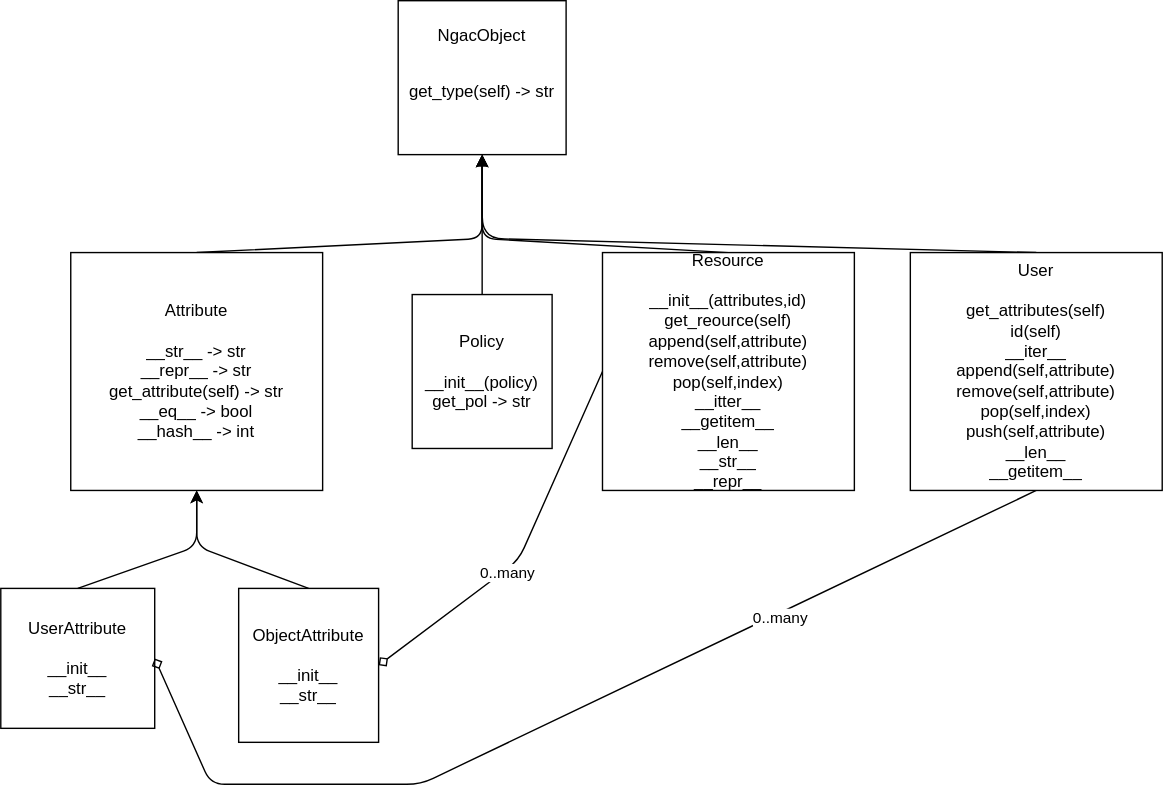
Before: docs/design/NGAC/ngac_types/design.uml.drawio.svg, a diagram exported from draw.io (ivajon/NGAC_ABE). Source tidied: cells renumbered, new cells last; positions are measured from the earlier drawing's top-left corner, leaving out a move shared by most shapes.
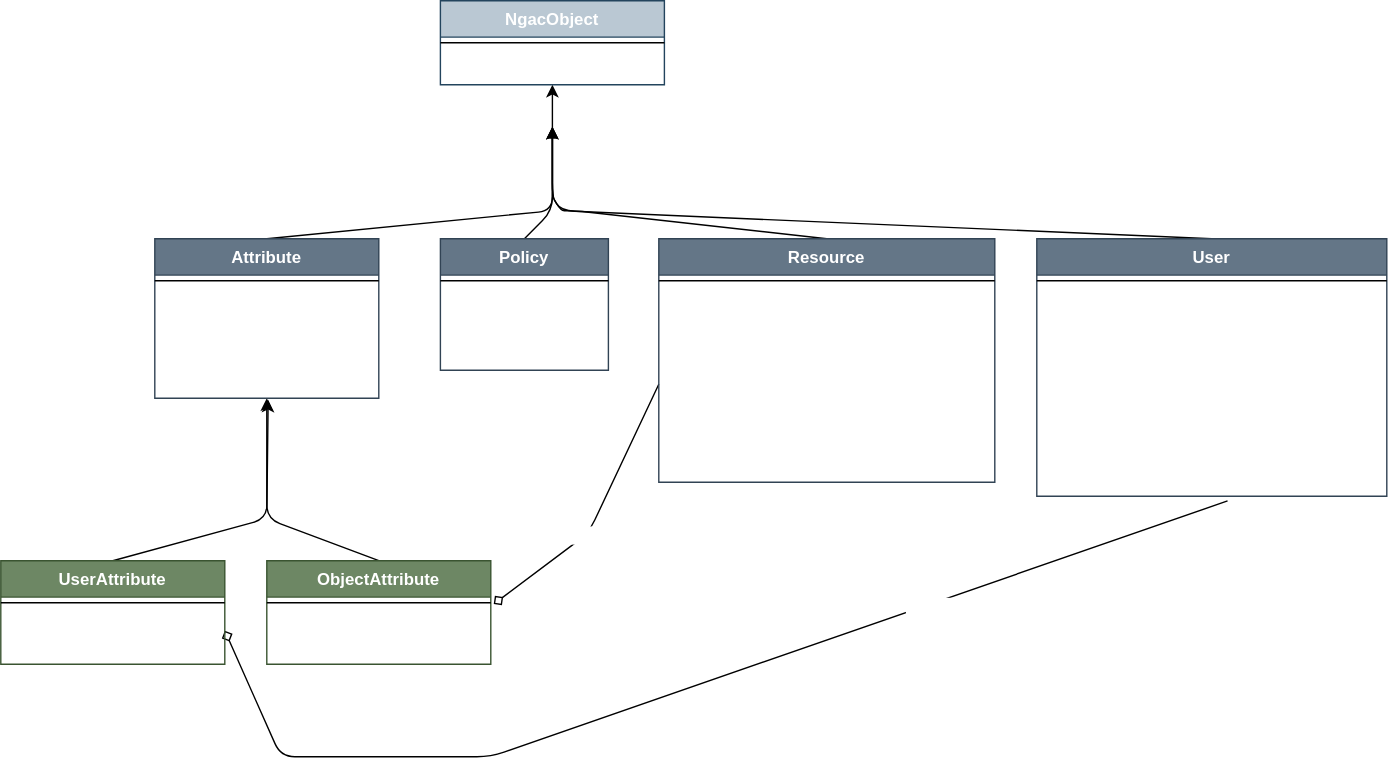
After the commit.

Commit message:
improved uml

What changed in the source:
```diff
@@ -2,96 +2,139 @@
   <root>
     <mxCell id="0" />
     <mxCell id="1" parent="0" />
-    <mxCell id="2" style="edgeStyle=none;html=1;exitX=0.5;exitY=0;exitDx=0;exitDy=0;entryX=0.5;entryY=1;entryDx=0;entryDy=0;endArrow=classic;endFill=1;" parent="1" edge="1" source="3" target="5">
+    <mxCell id="2" style="edgeStyle=none;html=1;exitX=0.5;exitY=0;exitDx=0;exitDy=0;entryX=0.5;entryY=1;entryDx=0;entryDy=0;endArrow=classic;endFill=1;fontColor=#FFFFFF;" parent="1" edge="1" source="24">
       <mxGeometry relative="1" as="geometry">
+        <mxPoint x="344" y="110" as="targetPoint" />
         <Array as="points">
           <mxPoint x="344" y="170" />
         </Array>
       </mxGeometry>
     </mxCell>
-    <mxCell id="3" value="Attribute&lt;br&gt;&lt;br&gt;__str__ -&amp;gt; str&lt;br&gt;__repr__ -&amp;gt; str&lt;br&gt;get_attribute(self) -&amp;gt; str&lt;br&gt;__eq__ -&amp;gt; bool&lt;br&gt;__hash__ -&amp;gt; int" style="rounded=0;whiteSpace=wrap;html=1;" parent="1" vertex="1">
-      <mxGeometry x="50" y="180" width="180" height="170" as="geometry" />
-    </mxCell>
-    <mxCell id="4" style="group;" parent="1" vertex="1">
-      <mxGeometry x="284" width="120" height="110" as="geometry" />
-    </mxCell>
-    <mxCell id="5" style="rounded=0;whiteSpace=wrap;html=1;" parent="4" vertex="1">
-      <mxGeometry width="120" height="110" as="geometry" />
-    </mxCell>
-    <mxCell id="6" value="NgacObject" style="text;html=1;strokeColor=none;fillColor=none;align=center;verticalAlign=middle;whiteSpace=wrap;rounded=0;" parent="4" vertex="1">
-      <mxGeometry x="30" y="10" width="60" height="30" as="geometry" />
-    </mxCell>
-    <mxCell id="7" value="get_type(self) -&amp;gt; str" style="text;html=1;strokeColor=none;fillColor=none;align=center;verticalAlign=middle;whiteSpace=wrap;rounded=0;" parent="4" vertex="1">
-      <mxGeometry x="5" y="50" width="110" height="30" as="geometry" />
-    </mxCell>
-    <mxCell id="8" style="edgeStyle=none;html=1;exitX=0.5;exitY=0;exitDx=0;exitDy=0;entryX=0.5;entryY=1;entryDx=0;entryDy=0;endArrow=classic;endFill=1;" parent="1" edge="1" source="9" target="3">
+    <mxCell id="8" style="edgeStyle=none;html=1;exitX=0.5;exitY=0;exitDx=0;exitDy=0;entryX=0.506;entryY=1.013;entryDx=0;entryDy=0;endArrow=classic;endFill=1;entryPerimeter=0;fontColor=#FFFFFF;" parent="1" edge="1" source="27" target="26">
       <mxGeometry relative="1" as="geometry">
         <Array as="points">
           <mxPoint x="140" y="390" />
         </Array>
       </mxGeometry>
     </mxCell>
-    <mxCell id="9" value="UserAttribute&lt;br&gt;&lt;br&gt;__init__&lt;br&gt;__str__" style="rounded=0;whiteSpace=wrap;html=1;" parent="1" vertex="1">
-      <mxGeometry y="420" width="110" height="100" as="geometry" />
-    </mxCell>
-    <mxCell id="10" style="edgeStyle=none;html=1;exitX=0.5;exitY=0;exitDx=0;exitDy=0;endArrow=classic;endFill=1;" parent="1" edge="1" source="11">
+    <mxCell id="10" style="edgeStyle=none;html=1;exitX=0.5;exitY=0;exitDx=0;exitDy=0;endArrow=classic;endFill=1;entryX=0.5;entryY=1;entryDx=0;entryDy=0;entryPerimeter=0;fontColor=#FFFFFF;" parent="1" edge="1" target="26">
       <mxGeometry relative="1" as="geometry">
-        <mxPoint x="140" y="350" as="targetPoint" />
+        <mxPoint x="220" y="420" as="sourcePoint" />
         <Array as="points">
           <mxPoint x="140" y="390" />
         </Array>
       </mxGeometry>
     </mxCell>
-    <mxCell id="11" value="ObjectAttribute&lt;br&gt;&lt;br&gt;__init__&lt;br&gt;__str__" style="rounded=0;whiteSpace=wrap;html=1;" parent="1" vertex="1">
-      <mxGeometry x="170" y="420" width="100" height="110" as="geometry" />
-    </mxCell>
-    <mxCell id="12" style="edgeStyle=none;html=1;exitX=0.5;exitY=0;exitDx=0;exitDy=0;endArrow=block;endFill=1;entryX=0.5;entryY=1;entryDx=0;entryDy=0;entryPerimeter=0;" parent="1" edge="1" source="13" target="5">
-      <mxGeometry relative="1" as="geometry" />
+    <mxCell id="12" style="edgeStyle=none;html=1;exitX=0.5;exitY=0;exitDx=0;exitDy=0;endArrow=block;endFill=1;entryX=0.5;entryY=1;entryDx=0;entryDy=0;entryPerimeter=0;fontColor=#FFFFFF;" parent="1" edge="1" source="33">
+      <mxGeometry relative="1" as="geometry">
+        <mxPoint x="344" y="110" as="targetPoint" />
+        <Array as="points">
+          <mxPoint x="344" y="170" />
+        </Array>
+      </mxGeometry>
     </mxCell>
-    <mxCell id="13" value="Policy&lt;br&gt;&lt;br&gt;__init__(policy)&lt;br&gt;get_pol -&amp;gt; str" style="rounded=0;whiteSpace=wrap;html=1;" parent="1" vertex="1">
-      <mxGeometry x="294" y="210" width="100" height="110" as="geometry" />
-    </mxCell>
-    <mxCell id="14" style="edgeStyle=none;html=1;exitX=0;exitY=0.5;exitDx=0;exitDy=0;entryX=1;entryY=0.5;entryDx=0;entryDy=0;endArrow=diamond;endFill=0;" parent="1" edge="1" source="17" target="11">
+    <mxCell id="14" style="edgeStyle=none;html=1;exitX=0;exitY=0.5;exitDx=0;exitDy=0;entryX=1.013;entryY=0.625;entryDx=0;entryDy=0;endArrow=diamond;endFill=0;entryPerimeter=0;fontColor=#FFFFFF;" parent="1" edge="1" source="38" target="31">
       <mxGeometry relative="1" as="geometry">
         <Array as="points">
           <mxPoint x="370" y="400" />
         </Array>
       </mxGeometry>
     </mxCell>
-    <mxCell id="15" value="0..many" style="edgeLabel;html=1;align=center;verticalAlign=middle;" parent="14" vertex="1">
+    <mxCell id="15" value="0..many" style="edgeLabel;html=1;align=center;verticalAlign=middle;fontColor=#FFFFFF;" parent="14" vertex="1">
       <mxGeometry x="0.18" y="1" relative="1" as="geometry" />
     </mxCell>
-    <mxCell id="16" style="edgeStyle=none;html=1;exitX=0.5;exitY=0;exitDx=0;exitDy=0;endArrow=classic;endFill=1;entryX=0.5;entryY=1;entryDx=0;entryDy=0;" parent="1" edge="1" source="17" target="5">
+    <mxCell id="16" style="edgeStyle=none;html=1;exitX=0.5;exitY=0;exitDx=0;exitDy=0;endArrow=classic;endFill=1;entryX=0.5;entryY=1;entryDx=0;entryDy=0;fontColor=#FFFFFF;" parent="1" edge="1" source="36" target="6">
       <mxGeometry relative="1" as="geometry">
         <Array as="points">
-          <mxPoint x="344" y="170" />
+          <mxPoint x="360" y="170" />
+          <mxPoint x="350" y="170" />
+          <mxPoint x="344" y="160" />
         </Array>
       </mxGeometry>
     </mxCell>
-    <mxCell id="17" value="Resource&lt;br&gt;&lt;br&gt;__init__(attributes,id)&lt;br&gt;get_reource(self)&lt;br&gt;append(self,attribute)&lt;br&gt;remove(self,attribute)&lt;br&gt;pop(self,index)&lt;br&gt;__itter__&lt;br&gt;__getitem__&lt;br&gt;__len__&lt;br&gt;__str__&lt;br&gt;__repr__" style="rounded=0;whiteSpace=wrap;html=1;" parent="1" vertex="1">
-      <mxGeometry x="430" y="180" width="180" height="170" as="geometry" />
-    </mxCell>
-    <mxCell id="18" style="edgeStyle=none;html=1;exitX=0.5;exitY=0;exitDx=0;exitDy=0;endArrow=classic;endFill=1;entryX=0.5;entryY=1;entryDx=0;entryDy=0;" parent="1" edge="1" source="21" target="5">
+    <mxCell id="18" style="edgeStyle=none;html=1;endArrow=classic;endFill=1;entryX=0.5;entryY=1;entryDx=0;entryDy=0;exitX=0.5;exitY=0;exitDx=0;exitDy=0;fontColor=#FFFFFF;" parent="1" edge="1" source="39">
       <mxGeometry relative="1" as="geometry">
+        <mxPoint x="344" y="110" as="targetPoint" />
         <Array as="points">
           <mxPoint x="350" y="170" />
           <mxPoint x="344" y="160" />
         </Array>
       </mxGeometry>
     </mxCell>
-    <mxCell id="19" style="edgeStyle=none;html=1;exitX=0.5;exitY=1;exitDx=0;exitDy=0;entryX=1;entryY=0.5;entryDx=0;entryDy=0;endArrow=diamond;endFill=0;" parent="1" edge="1" source="21" target="9">
+    <mxCell id="19" style="edgeStyle=none;html=1;entryX=1;entryY=0.5;entryDx=0;entryDy=0;endArrow=diamond;endFill=0;exitX=0.545;exitY=1.022;exitDx=0;exitDy=0;exitPerimeter=0;fontColor=#FFFFFF;" parent="1" edge="1" source="41">
       <mxGeometry relative="1" as="geometry">
+        <mxPoint x="110" y="470" as="targetPoint" />
         <Array as="points">
           <mxPoint x="300" y="560" />
           <mxPoint x="150" y="560" />
         </Array>
       </mxGeometry>
     </mxCell>
-    <mxCell id="20" value="0..many&lt;br&gt;" style="edgeLabel;html=1;align=center;verticalAlign=middle;" parent="19" vertex="1">
+    <mxCell id="20" value="0..many&lt;br&gt;" style="edgeLabel;html=1;align=center;verticalAlign=middle;fontColor=#FFFFFF;" parent="19" vertex="1">
       <mxGeometry x="-0.44" y="2" relative="1" as="geometry" />
     </mxCell>
-    <mxCell id="21" value="User&lt;br&gt;&lt;br&gt;get_attributes(self)&lt;br&gt;id(self)&lt;br&gt;__iter__&lt;br&gt;append(self,attribute)&lt;br&gt;remove(self,attribute)&lt;br&gt;pop(self,index)&lt;br&gt;push(self,attribute)&lt;br&gt;__len__&lt;br&gt;__getitem__" style="rounded=0;whiteSpace=wrap;html=1;" parent="1" vertex="1">
-      <mxGeometry x="650" y="180" width="180" height="170" as="geometry" />
-    </mxCell>
+    <mxCell id="6" value="NgacObject" style="swimlane;fontStyle=1;align=center;verticalAlign=top;horizontal=1;startSize=26;fillColor=#bac8d3;strokeColor=#23445d;fontColor=#FFFFFF;" parent="1" vertex="1">
+      <mxGeometry x="264" y="20" width="160" height="60" as="geometry" />
+    </mxCell>
+    <mxCell id="22" style="line;strokeWidth=1;fillColor=none;align=left;verticalAlign=middle;spacingTop=-1;spacingLeft=3;spacingRight=3;labelPosition=right;fontColor=#FFFFFF;" parent="6" vertex="1">
+      <mxGeometry y="26" width="160" height="8" as="geometry" />
+    </mxCell>
+    <mxCell id="23" value="+ get_type(self) -&gt; str" style="text;strokeColor=none;fillColor=none;align=left;verticalAlign=top;spacingLeft=4;spacingRight=4;overflow=hidden;fontColor=#FFFFFF;" parent="6" vertex="1">
+      <mxGeometry y="34" width="160" height="26" as="geometry" />
+    </mxCell>
+    <mxCell id="24" value="Attribute" style="swimlane;fontStyle=1;align=center;verticalAlign=top;horizontal=1;startSize=26;fillColor=#647687;fontColor=#FFFFFF;strokeColor=#314354;" parent="1" vertex="1">
+      <mxGeometry x="60" y="190" width="160" height="114" as="geometry" />
+    </mxCell>
+    <mxCell id="25" style="line;strokeWidth=1;fillColor=none;align=left;verticalAlign=middle;spacingTop=-1;spacingLeft=3;spacingRight=3;labelPosition=right;fontColor=#FFFFFF;" parent="24" vertex="1">
+      <mxGeometry y="26" width="160" height="8" as="geometry" />
+    </mxCell>
+    <mxCell id="26" value="+ __str__ -&gt; str&#10;+ __repr__ -&gt; str&#10;+ get_attribute(self) -&gt; str&#10;+ __eq__ -&gt; bool&#10;+ __hash__ -&gt; int" style="text;strokeColor=none;fillColor=none;align=left;verticalAlign=top;spacingLeft=4;spacingRight=4;overflow=hidden;points=[[0,0.5],[1,0.5]];portConstraint=eastwest;fontColor=#FFFFFF;" parent="24" vertex="1">
+      <mxGeometry y="34" width="160" height="80" as="geometry" />
+    </mxCell>
+    <mxCell id="27" value="UserAttribute" style="swimlane;fontStyle=1;align=center;verticalAlign=top;horizontal=1;startSize=26;fillColor=#6d8764;fontColor=#FFFFFF;strokeColor=#3A5431;" parent="1" vertex="1">
+      <mxGeometry x="-50" y="420" width="160" height="74" as="geometry" />
+    </mxCell>
+    <mxCell id="28" style="line;strokeWidth=1;fillColor=none;align=left;verticalAlign=middle;spacingTop=-1;spacingLeft=3;spacingRight=3;labelPosition=right;fontColor=#FFFFFF;" parent="27" vertex="1">
+      <mxGeometry y="26" width="160" height="8" as="geometry" />
+    </mxCell>
+    <mxCell id="29" value="+ __init__(self,str) &#10;+ __str__(self) -&gt; str" style="text;strokeColor=none;fillColor=none;align=left;verticalAlign=top;spacingLeft=4;spacingRight=4;overflow=hidden;fontColor=#FFFFFF;" parent="27" vertex="1">
+      <mxGeometry y="34" width="160" height="40" as="geometry" />
+    </mxCell>
+    <mxCell id="30" value="ObjectAttribute" style="swimlane;fontStyle=1;align=center;verticalAlign=top;horizontal=1;startSize=26;fillColor=#6d8764;fontColor=#FFFFFF;strokeColor=#3A5431;" parent="1" vertex="1">
+      <mxGeometry x="140" y="420" width="160" height="74" as="geometry" />
+    </mxCell>
+    <mxCell id="31" style="line;strokeWidth=1;fillColor=none;align=left;verticalAlign=middle;spacingTop=-1;spacingLeft=3;spacingRight=3;labelPosition=right;points=[];portConstraint=eastwest;fontColor=#FFFFFF;" parent="30" vertex="1">
+      <mxGeometry y="26" width="160" height="8" as="geometry" />
+    </mxCell>
+    <mxCell id="32" value="+ __init__(self,str) &#10;+ __str__(self) -&gt; str" style="text;strokeColor=none;fillColor=none;align=left;verticalAlign=top;spacingLeft=4;spacingRight=4;overflow=hidden;fontColor=#FFFFFF;" parent="30" vertex="1">
+      <mxGeometry y="34" width="160" height="40" as="geometry" />
+    </mxCell>
+    <mxCell id="33" value="Policy" style="swimlane;fontStyle=1;align=center;verticalAlign=top;horizontal=1;startSize=26;fillColor=#647687;fontColor=#FFFFFF;strokeColor=#314354;" parent="1" vertex="1">
+      <mxGeometry x="264" y="190" width="120" height="94" as="geometry" />
+    </mxCell>
+    <mxCell id="34" style="line;strokeWidth=1;fillColor=none;align=left;verticalAlign=middle;spacingTop=-1;spacingLeft=3;spacingRight=3;labelPosition=right;fontColor=#FFFFFF;" parent="33" vertex="1">
+      <mxGeometry y="26" width="120" height="8" as="geometry" />
+    </mxCell>
+    <mxCell id="35" value="+ __init__(self,str)&#10;+ get_pol(self) -&gt; str&#10;&#10;" style="text;strokeColor=none;fillColor=none;align=left;verticalAlign=top;spacingLeft=4;spacingRight=4;overflow=hidden;fontColor=#FFFFFF;" parent="33" vertex="1">
+      <mxGeometry y="34" width="120" height="60" as="geometry" />
+    </mxCell>
+    <mxCell id="36" value="Resource" style="swimlane;fontStyle=1;align=center;verticalAlign=top;horizontal=1;startSize=26;fillColor=#647687;fontColor=#FFFFFF;strokeColor=#314354;" parent="1" vertex="1">
+      <mxGeometry x="420" y="190" width="240" height="174" as="geometry" />
+    </mxCell>
+    <mxCell id="37" style="line;strokeWidth=1;fillColor=none;align=left;verticalAlign=middle;spacingTop=-1;spacingLeft=3;spacingRight=3;labelPosition=right;fontColor=#FFFFFF;" parent="36" vertex="1">
+      <mxGeometry y="26" width="240" height="8" as="geometry" />
+    </mxCell>
+    <mxCell id="38" value="+ __init__(self,List[ObjectAttribute],str)&#10;+ get_reource(self) -&gt; str&#10;+ append(ObjectAttribute)&#10;+ remove(self,ObjectAttribute)&#10;+ pop(self,int) -&gt; ObjectAttribute&#10;+ __itter__(self)  &#10;+ __getitem__(self) -&gt; ObjectAttribute&#10;+ __str__(self) -&gt; str&#10;+ __repr__(self) -&gt; str&#10;&#10;" style="text;strokeColor=none;fillColor=none;align=left;verticalAlign=top;spacingLeft=4;spacingRight=4;overflow=hidden;points=[[0,0.5],[1,0.5]];portConstraint=eastwest;fontColor=#FFFFFF;" parent="36" vertex="1">
+      <mxGeometry y="34" width="240" height="140" as="geometry" />
+    </mxCell>
+    <mxCell id="39" value="User" style="swimlane;fontStyle=1;align=center;verticalAlign=top;horizontal=1;startSize=26;fillColor=#647687;fontColor=#FFFFFF;strokeColor=#314354;" parent="1" vertex="1">
+      <mxGeometry x="690" y="190" width="250" height="184" as="geometry" />
+    </mxCell>
+    <mxCell id="40" style="line;strokeWidth=1;fillColor=none;align=left;verticalAlign=middle;spacingTop=-1;spacingLeft=3;spacingRight=3;labelPosition=right;fontColor=#FFFFFF;" parent="39" vertex="1">
+      <mxGeometry y="26" width="250" height="8" as="geometry" />
+    </mxCell>
+    <mxCell id="41" value="+ __init__(self,List[UserAttribute],str)&#10;+ get_attributes(self) -&gt; List[UserAttribute]&#10;+ id(self) -&gt; Str&#10;+ append(self,UserAttribute) &#10;+ remove(self,UserAttribute)&#10;+ pop(self,int) -&gt; UserAttribute&#10;+ push(self,UserAttribute) &#10;+ __iter__(self)&#10;+ __len__(self) -&gt; int&#10;+ __getitem__(self,int) -&gt; UserAttribute" style="text;strokeColor=none;fillColor=none;align=left;verticalAlign=top;spacingLeft=4;spacingRight=4;overflow=hidden;points=[[0,0.5],[1,0.5]];portConstraint=eastwest;fontColor=#FFFFFF;" parent="39" vertex="1">
+      <mxGeometry y="34" width="250" height="150" as="geometry" />
+    </mxCell>
   </root>
 </mxGraphModel>
```
